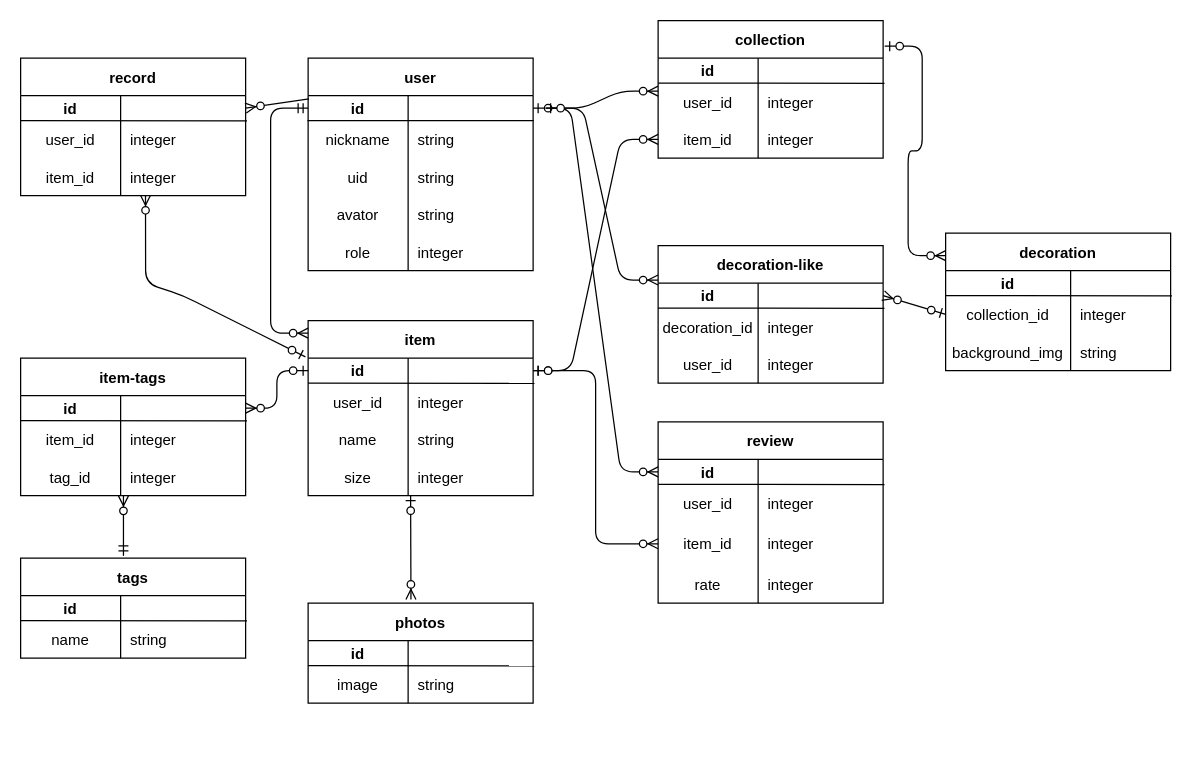
Above: pf.dio in MIDO-ruby7/boozefolio (draw.io), before the change. Source tidied: cells renumbered, new cells numbered last; positions are measured from the earlier drawing's top-left corner, leaving out a move shared by most shapes. Both pictures are drawn from the tidied source at 125%, with x=0, y=0 at pixel (20, 20).
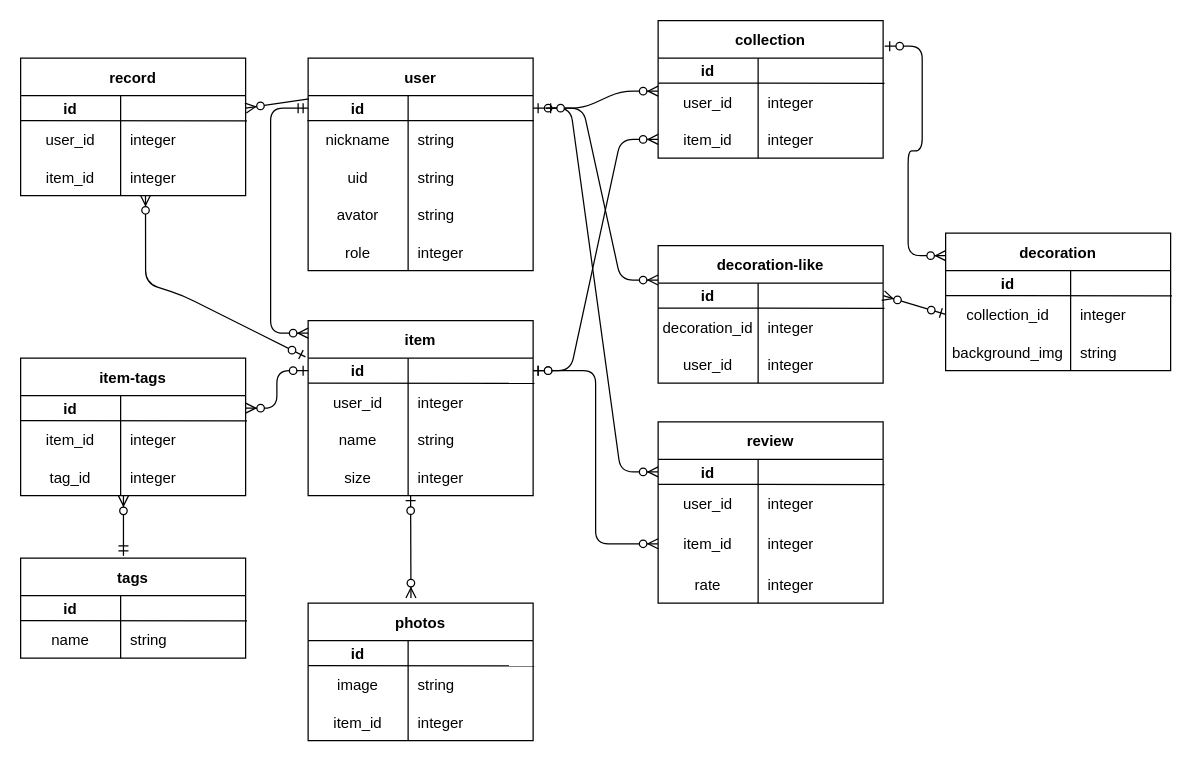
After the change.

What changed in the source:
```diff
@@
     <mxCell id="121" value="photos" style="shape=table;startSize=30;childLayout=tableLayout;rowLines=0;fontStyle=1;align=center;" parent="1" vertex="1">
-      <mxGeometry x="230" y="466" width="180" height="80" as="geometry" />
+      <mxGeometry x="230" y="466" width="180" height="110" as="geometry" />
     </mxCell>
@@
+    <mxCell id="130" style="shape=tableRow;horizontal=0;startSize=0;swimlaneHead=0;swimlaneBody=0;fillColor=none;top=0;left=0;right=0;bottom=0;" parent="121" vertex="1">
+      <mxGeometry y="80" width="180" height="30" as="geometry" />
+    </mxCell>
+    <mxCell id="131" value="item_id" style="shape=partialRectangle;fillColor=none;top=0;left=0;bottom=0;right=0;overflow=hidden;strokeColor=#F0F0F0;" parent="130" vertex="1">
+      <mxGeometry width="80" height="30" as="geometry" />
+    </mxCell>
+    <mxCell id="132" value="integer" style="shape=partialRectangle;fillColor=none;top=0;left=0;bottom=0;right=0;align=left;spacingLeft=6;overflow=hidden;strokeColor=#F0F0F0;" parent="130" vertex="1">
+      <mxGeometry x="80" width="100" height="30" as="geometry" />
+    </mxCell>
```
